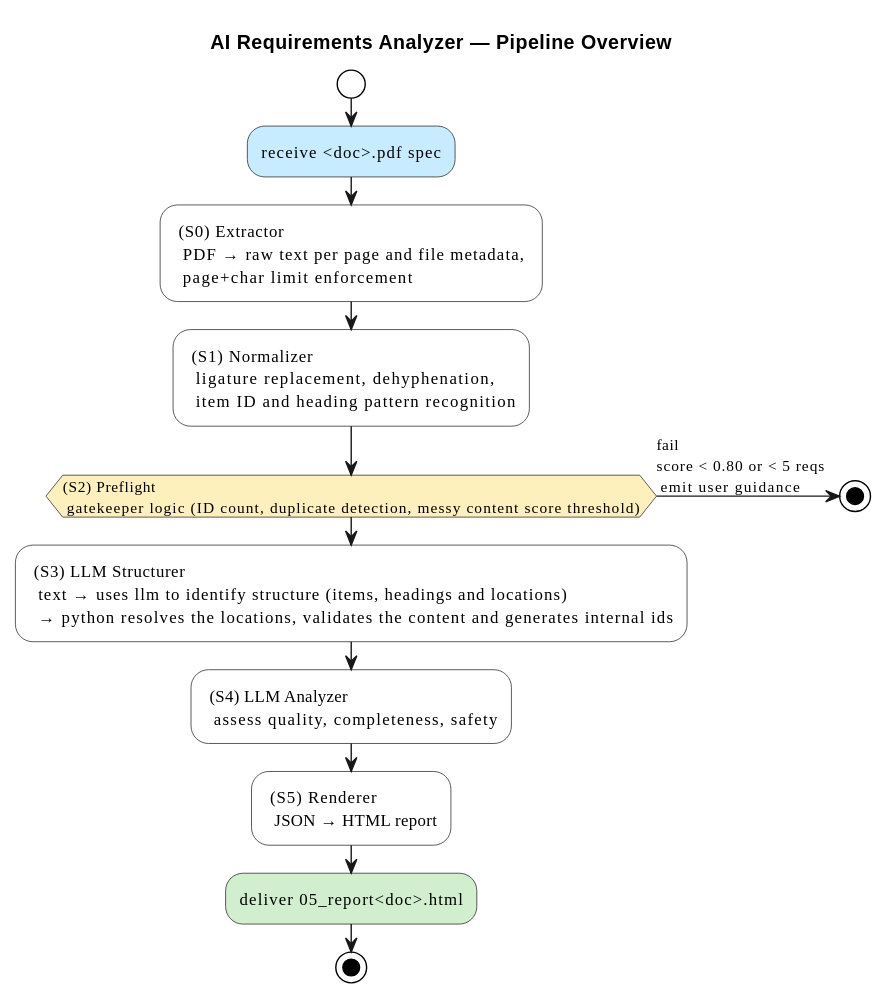
The PlantUML diagram architecture/pipeline_overview.svg in Jair33190Jair/reqs_analyzer, before a commit. The source it was exported from:
```plantuml
@startuml
!define sub_modules_path ../../../../
!include sub_modules_path/projects/templates/plantuml/activity_diagram.puml

title AI Requirements Analyzer — Pipeline Overview


start
:receive <doc>.pdf spec; <<$INPUT>>

: (S0) Extractor
  PDF → raw text per page and file metadata,
  page+char limit enforcement;
!ifdef show_constraints
note right
  Constraints:
  - Input:  input/<project>/<doc>.pdf
  - Output: artifacts/<project>/00_raw_extract_<doc>.json  [00_raw_extract.json]
  - Limits: max 10 pages, max 30,000 chars
end note
!endif

: (S1) Normalizer
  ligature replacement, dehyphenation,
  item ID and heading pattern recognition;
!ifdef show_constraints
note right
  Constraints:
  - Input:  00_raw_extract_<doc>.json
  - Output: 01_normalized_<doc>.json
end note
!endif

if ((S2) Preflight\n gatekeeper logic (ID count, duplicate detection, messy content score threshold)) then (fail\nscore < 0.80 or < 5 reqs\n emit user guidance)
  stop
endif
!ifdef show_constraints
note right
  Constraints:
    - Input:  01_normalized_text.json
    - Output: 02_after_preflight.json
    - Gate:   score ≥ 0.80 AND req_count ≥ 5
end note
!endif

: (S3) LLM Structurer
  text → uses llm to identify structure (items, headings and locations)
  → python resolves the locations, validates the content and generates internal ids;
!ifdef show_constraints
note right
  Constraints:
    - Input:  02_after_preflight.json
    - Output: 03_llm_structured.json  [spec.schema.v1]
    - LLM:    called here (cost incurred)
end note
!endif

: (S4) LLM Analyzer
  assess quality, completeness, safety;
!ifdef show_constraints
note right
  Constraints:
    - Input:  03_llm_structured.json
    - Output: 04_llm_analyzed.json  [analysis.schema.v1]
    - LLM:    called here (cost incurred)
end note
!endif

: (S5) Renderer
  JSON → HTML report;
!ifdef show_constraints
note right
  Constraints:
  - Input:  04_llm_analyzed.json
  - Output: 05_report<doc>.html
  - No AI calls — deterministic templating only
end note
!endif

:deliver 05_report<doc>.html; <<$OUTPUT>>
!ifdef show_constraints
note right
  Constraint:
  - Output path: output/<project>/<doc>.html
  - (i) project and doc name derived from input PDF path
end note
!endif
stop
@enduml
```
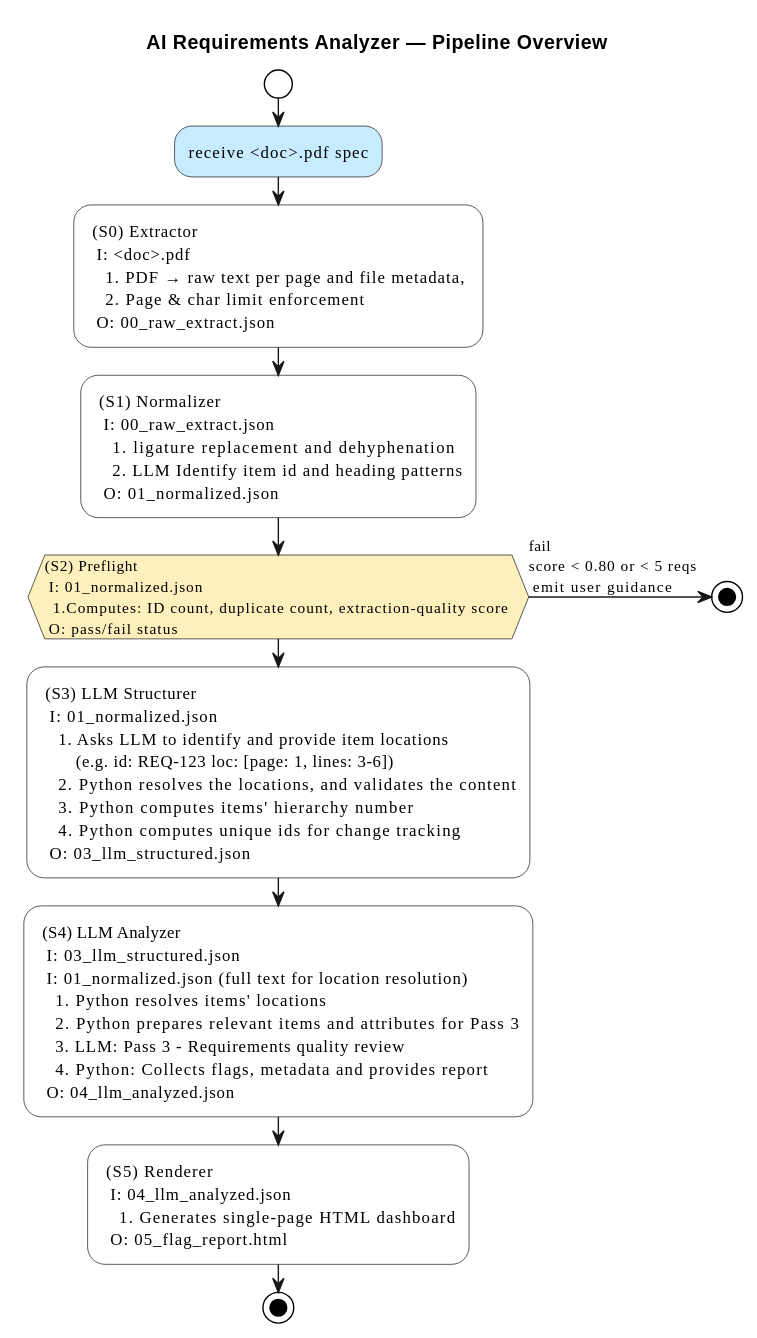
After the commit.

The edit, as a diff of the source:
```diff
@@ -1,6 +1,11 @@
 @startuml
 !define sub_modules_path ../../../../
 !include sub_modules_path/projects/templates/plantuml/activity_diagram.puml
+
+!ifdef show_all
+!define show_constraints
+!define show_notes
+!endif
 
 title AI Requirements Analyzer — Pipeline Overview
 
@@ -9,8 +14,10 @@
 :receive <doc>.pdf spec; <<$INPUT>>
 
 : (S0) Extractor
-  PDF → raw text per page and file metadata,
-  page+char limit enforcement;
+  I: <doc>.pdf
+    1. PDF → raw text per page and file metadata,
+    2. Page & char limit enforcement
+  O: 00_raw_extract.json;
 !ifdef show_constraints
 note right
   Constraints:
@@ -21,63 +28,53 @@
 !endif
 
 : (S1) Normalizer
-  ligature replacement, dehyphenation,
-  item ID and heading pattern recognition;
-!ifdef show_constraints
-note right
-  Constraints:
-  - Input:  00_raw_extract_<doc>.json
-  - Output: 01_normalized_<doc>.json
-end note
-!endif
+  I: 00_raw_extract.json
+    1. ligature replacement and dehyphenation
+    2. LLM Identify item id and heading patterns
+  O: 01_normalized.json;
 
-if ((S2) Preflight\n gatekeeper logic (ID count, duplicate detection, messy content score threshold)) then (fail\nscore < 0.80 or < 5 reqs\n emit user guidance)
+if ((S2) Preflight\n I: 01_normalized.json\n  1.Computes: ID count, duplicate count, extraction-quality score \n O: pass/fail status) then (fail\nscore < 0.80 or < 5 reqs\n emit user guidance)
   stop
 endif
 !ifdef show_constraints
 note right
-  Constraints:
-    - Input:  01_normalized_text.json
-    - Output: 02_after_preflight.json
-    - Gate:   score ≥ 0.80 AND req_count ≥ 5
+  Constraint:
+    - Gate: score ≥ 0.80 AND req_count ≥ 5
+        (i) Computed based on percentage of duplicates (sections and items) and
+            percentage of messy content (tables, graphs that got weirdly extracted)
 end note
 !endif
 
 : (S3) LLM Structurer
-  text → uses llm to identify structure (items, headings and locations)
-  → python resolves the locations, validates the content and generates internal ids;
-!ifdef show_constraints
+  I: 01_normalized.json
+    1. Asks LLM to identify and provide item locations
+        (e.g. id: REQ-123 loc: [page: 1, lines: 3-6])
+    2. Python resolves the locations, and validates the content
+    3. Python computes items' hierarchy number
+    4. Python computes unique ids for change tracking
+  O: 03_llm_structured.json;
+!ifdef show_notes
 note right
-  Constraints:
-    - Input:  02_after_preflight.json
-    - Output: 03_llm_structured.json  [spec.schema.v1]
-    - LLM:    called here (cost incurred)
+  Note:
+    - Hierarchy number is used to preserve the spec's structure
+      but maintaining flat json (nested are hard to process for LLMs)
+    - Unique ids are used to identify changes (e.g. hash(item.content))
 end note
 !endif
 
 : (S4) LLM Analyzer
-  assess quality, completeness, safety;
-!ifdef show_constraints
-note right
-  Constraints:
-    - Input:  03_llm_structured.json
-    - Output: 04_llm_analyzed.json  [analysis.schema.v1]
-    - LLM:    called here (cost incurred)
-end note
-!endif
+  I: 03_llm_structured.json
+  I: 01_normalized.json (full text for location resolution)
+    1. Python resolves items' locations
+    2. Python prepares relevant items and attributes for Pass 3
+    3. LLM: Pass 3 - Requirements quality review
+    4. Python: Collects flags, metadata and provides report
+  O: 04_llm_analyzed.json;
 
 : (S5) Renderer
-  JSON → HTML report;
-!ifdef show_constraints
-note right
-  Constraints:
-  - Input:  04_llm_analyzed.json
-  - Output: 05_report<doc>.html
-  - No AI calls — deterministic templating only
-end note
-!endif
-
-:deliver 05_report<doc>.html; <<$OUTPUT>>
+  I: 04_llm_analyzed.json
+    1. Generates single-page HTML dashboard
+  O: 05_flag_report.html;
 !ifdef show_constraints
 note right
   Constraint:
@@ -85,5 +82,6 @@
   - (i) project and doc name derived from input PDF path
 end note
 !endif
+
 stop
 @enduml
```
